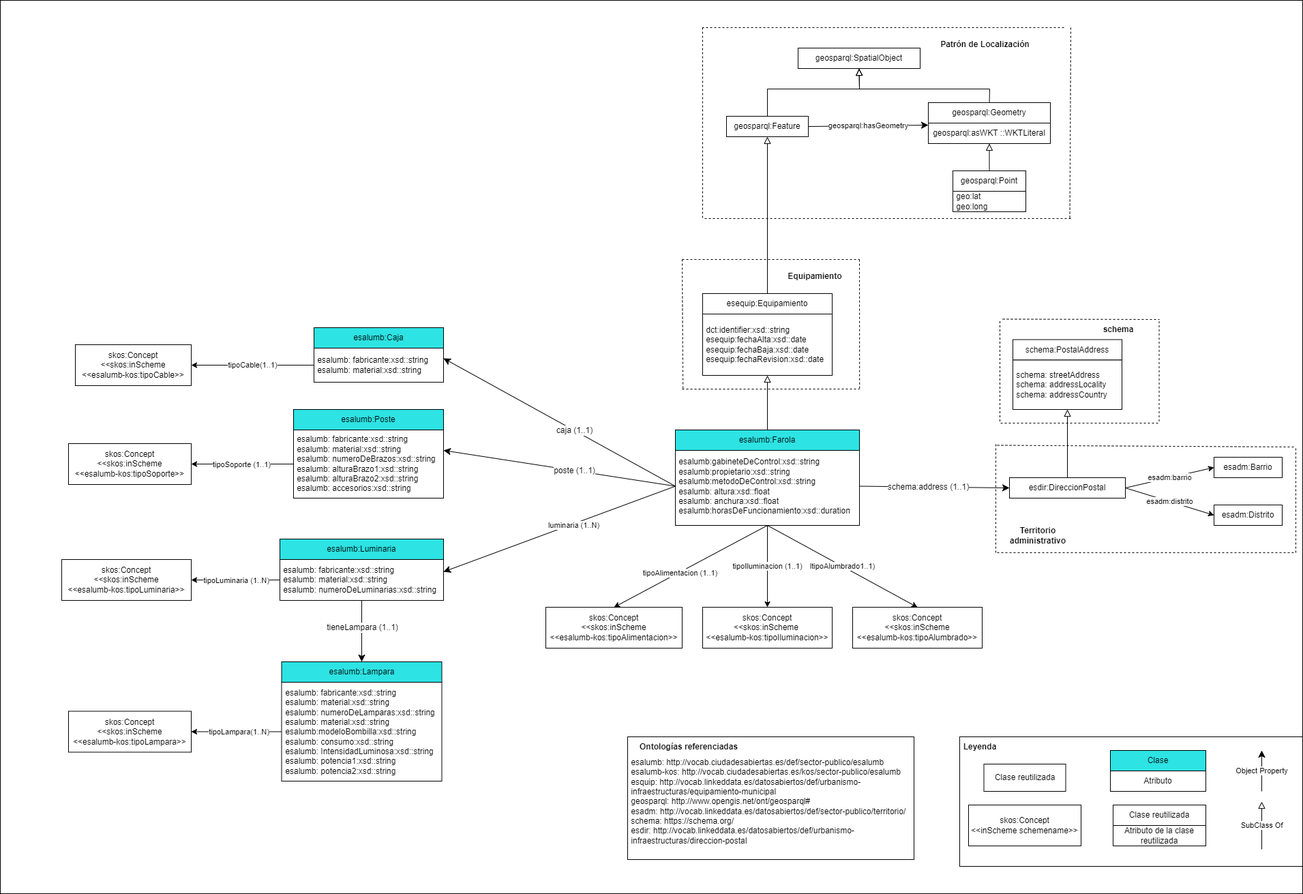
MMB99/Alumbrado keeps this draw.io diagram as resources/images/Diagrama Alumbrado.png. Above is the earlier version. Source tidied: cells renumbered, new cells last; positions are measured from the earlier drawing's top-left corner, leaving out a move shared by most shapes.
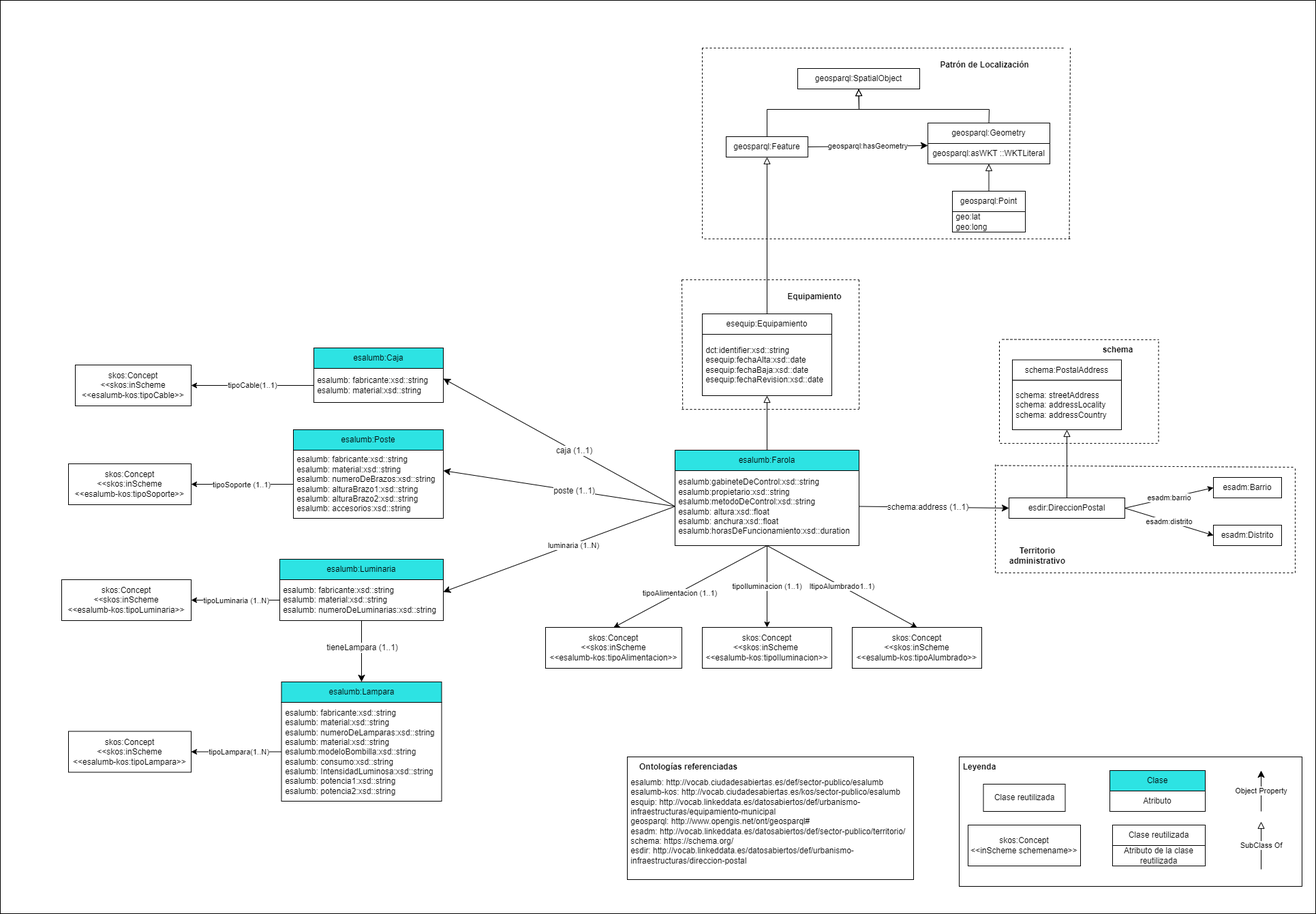
After the commit.

The edit, as a diff of the source:
```diff
@@ -2,9 +2,9 @@
   <root>
     <mxCell id="0" />
     <mxCell id="1" parent="0" />
-    <mxCell id="2" style="rounded=0;whiteSpace=wrap;html=1;" parent="1" vertex="1">
-      <mxGeometry width="1910" height="1310" as="geometry" />
-    </mxCell>
+    <mxCell id="98" style="rounded=0;whiteSpace=wrap;html=1;" parent="1" vertex="1">
+      <mxGeometry y="-30" width="1930" height="1340" as="geometry" />
+    </mxCell>
     <mxCell id="3" value="&lt;div style=&quot;&quot;&gt;&lt;span style=&quot;background-color: initial;&quot;&gt;&amp;nbsp;esalumb:gabineteDeControl:xsd::string&lt;/span&gt;&lt;/div&gt;&lt;div style=&quot;&quot;&gt;&lt;span style=&quot;background-color: initial;&quot;&gt;&amp;nbsp;esalumb:propietario:xsd::string&lt;/span&gt;&lt;/div&gt;&lt;div style=&quot;&quot;&gt;&lt;span style=&quot;background-color: initial;&quot;&gt;&amp;nbsp;esalumb:metodoDeControl:xsd::string&lt;/span&gt;&lt;/div&gt;&lt;div style=&quot;&quot;&gt;&lt;span style=&quot;background-color: initial;&quot;&gt;&amp;nbsp;esalumb: altura:xsd::float&lt;/span&gt;&lt;/div&gt;&lt;div style=&quot;&quot;&gt;&lt;span style=&quot;background-color: initial;&quot;&gt;&amp;nbsp;esalumb: anchura:xsd::float&lt;/span&gt;&lt;/div&gt;&lt;div style=&quot;&quot;&gt;&lt;span style=&quot;background-color: initial;&quot;&gt;&amp;nbsp;esalumb:horasDeFuncionamiento:xsd::duration&lt;/span&gt;&lt;/div&gt;" style="rounded=0;whiteSpace=wrap;html=1;snapToPoint=1;points=[[0.1,0],[0.2,0],[0.3,0],[0.4,0],[0.5,0],[0.6,0],[0.7,0],[0.8,0],[0.9,0],[0,0.1],[0,0.3],[0,0.5],[0,0.7],[0,0.9],[0.1,1],[0.2,1],[0.3,1],[0.4,1],[0.5,1],[0.6,1],[0.7,1],[0.8,1],[0.9,1],[1,0.1],[1,0.3],[1,0.5],[1,0.7],[1,0.9]];align=left;" parent="1" vertex="1">
       <mxGeometry x="990" y="655" width="270" height="115" as="geometry" />
     </mxCell>
```
